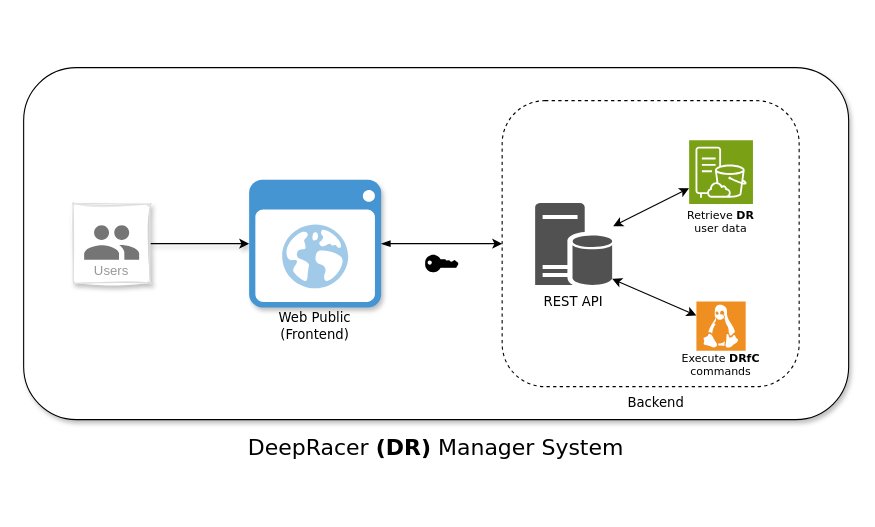
deepracer-qxd/platform-backend keeps this draw.io diagram as docs/basic-architecture.drawio. Above is the earlier version. Source tidied: cells renumbered, new cells numbered last; positions are measured from the earlier drawing's top-left corner, leaving out a move shared by most shapes. Both pictures are drawn from the tidied source at 110%, with x=0, y=0 at pixel (23, 67).
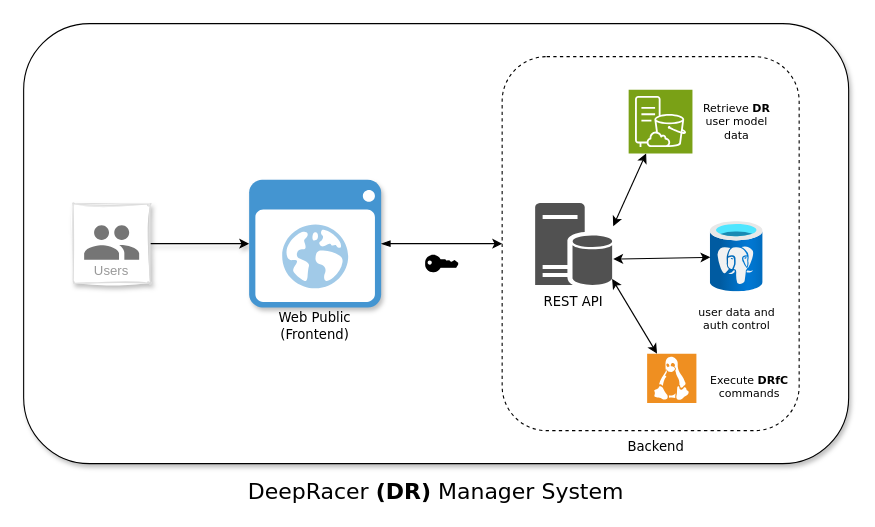
After the change.

Unchanged cells that the change refers to:
```xml
<mxCell id="12" style="sketch=0;shadow=0;dashed=0;html=1;strokeColor=none;labelPosition=center;verticalLabelPosition=bottom;verticalAlign=top;align=center;fillColor=#515151;shape=mxgraph.mscae.enterprise.database_server;" parent="1" vertex="1">
  <mxGeometry x="465" y="123" width="70" height="75" as="geometry" />
</mxCell>
```

Diff of the diagram source:
```diff
@@
     <mxCell id="2" style="rounded=1;whiteSpace=wrap;html=1;shadow=1;" parent="1" vertex="1">
-      <mxGeometry width="750" height="320" as="geometry" />
+      <mxGeometry y="-40" width="750" height="400" as="geometry" />
     </mxCell>
@@
     <mxCell id="9" style="rounded=1;whiteSpace=wrap;html=1;fillColor=none;dashed=1;" parent="1" vertex="1">
-      <mxGeometry x="435" y="30" width="270" height="260" as="geometry" />
+      <mxGeometry x="435" y="-10" width="270" height="340" as="geometry" />
     </mxCell>
     <mxCell id="10" value="DeepRacer &lt;b&gt;(DR)&lt;/b&gt; Manager System" style="text;html=1;align=center;verticalAlign=middle;whiteSpace=wrap;rounded=0;fontStyle=0;fontFamily=Verdana;fontSize=20;" parent="1" vertex="1">
-      <mxGeometry x="195" y="330" width="360" height="30" as="geometry" />
+      <mxGeometry x="195" y="370" width="360" height="30" as="geometry" />
     </mxCell>
@@
     <mxCell id="13" value="Backend" style="text;html=1;align=center;verticalAlign=middle;whiteSpace=wrap;rounded=0;fontStyle=0;fontFamily=Verdana;" parent="1" vertex="1">
-      <mxGeometry x="525" y="290" width="100" height="30" as="geometry" />
+      <mxGeometry x="525" y="330" width="100" height="30" as="geometry" />
     </mxCell>
@@
     <mxCell id="15" style="sketch=0;points=[[0,0,0],[0.25,0,0],[0.5,0,0],[0.75,0,0],[1,0,0],[0,1,0],[0.25,1,0],[0.5,1,0],[0.75,1,0],[1,1,0],[0,0.25,0],[0,0.5,0],[0,0.75,0],[1,0.25,0],[1,0.5,0],[1,0.75,0]];outlineConnect=0;fontColor=#232F3E;fillColor=#7AA116;strokeColor=#ffffff;dashed=0;verticalLabelPosition=bottom;verticalAlign=top;align=center;html=1;fontSize=12;fontStyle=0;shape=mxgraph.aws4.resourceIcon;resIcon=mxgraph.aws4.s3_on_outposts_storage;" parent="1" vertex="1">
-      <mxGeometry x="605" y="66" width="58" height="58" as="geometry" />
+      <mxGeometry x="550" y="20" width="58" height="58" as="geometry" />
     </mxCell>
@@
     <mxCell id="17" style="shadow=0;dashed=0;html=1;strokeColor=none;fillColor=#EF8F21;labelPosition=center;verticalLabelPosition=bottom;verticalAlign=top;align=center;outlineConnect=0;shape=mxgraph.veeam.linux;" parent="1" vertex="1">
-      <mxGeometry x="611.6" y="212.6" width="44.8" height="44.8" as="geometry" />
+      <mxGeometry x="566.8" y="260" width="44.8" height="44.8" as="geometry" />
     </mxCell>
-    <mxCell id="18" value="Retrieve &lt;b&gt;DR&lt;/b&gt; user data" style="text;html=1;align=center;verticalAlign=middle;whiteSpace=wrap;rounded=0;fontStyle=0;fontFamily=Verdana;fontSize=10;" parent="1" vertex="1">
-      <mxGeometry x="599" y="130" width="70" height="20" as="geometry" />
+    <mxCell id="18" value="Retrieve &lt;b&gt;DR&lt;/b&gt; user model data" style="text;html=1;align=center;verticalAlign=middle;whiteSpace=wrap;rounded=0;fontStyle=0;fontFamily=Verdana;fontSize=10;" parent="1" vertex="1">
+      <mxGeometry x="611.6" y="39" width="73.4" height="20" as="geometry" />
     </mxCell>
@@
     <mxCell id="20" value="Execute&amp;nbsp;&lt;b&gt;DRfC&lt;/b&gt;&lt;div&gt;commands&lt;/div&gt;" style="text;html=1;align=center;verticalAlign=middle;whiteSpace=wrap;rounded=0;fontStyle=0;fontFamily=Verdana;fontSize=10;" parent="1" vertex="1">
-      <mxGeometry x="599" y="260" width="70" height="20" as="geometry" />
+      <mxGeometry x="625" y="280" width="70" height="20" as="geometry" />
     </mxCell>
+    <mxCell id="21" style="image;html=1;points=[];align=center;fontSize=12;image=img/lib/azure2/databases/Azure_Database_PostgreSQL_Server.svg;" parent="1" vertex="1">
+      <mxGeometry x="624.3" y="140" width="48" height="64" as="geometry" />
+    </mxCell>
+    <mxCell id="22" style="endArrow=classic;startArrow=classic;html=1;rounded=0;exitX=1.014;exitY=0.68;exitDx=0;exitDy=0;exitPerimeter=0;" parent="1" edge="1" source="12" target="21">
+      <mxGeometry relative="1" as="geometry" />
+    </mxCell>
+    <mxCell id="23" value="user data and auth control" style="text;html=1;align=center;verticalAlign=middle;whiteSpace=wrap;rounded=0;fontStyle=0;fontFamily=Verdana;fontSize=10;" parent="1" vertex="1">
+      <mxGeometry x="611.6" y="218" width="73.4" height="20" as="geometry" />
+    </mxCell>
```
